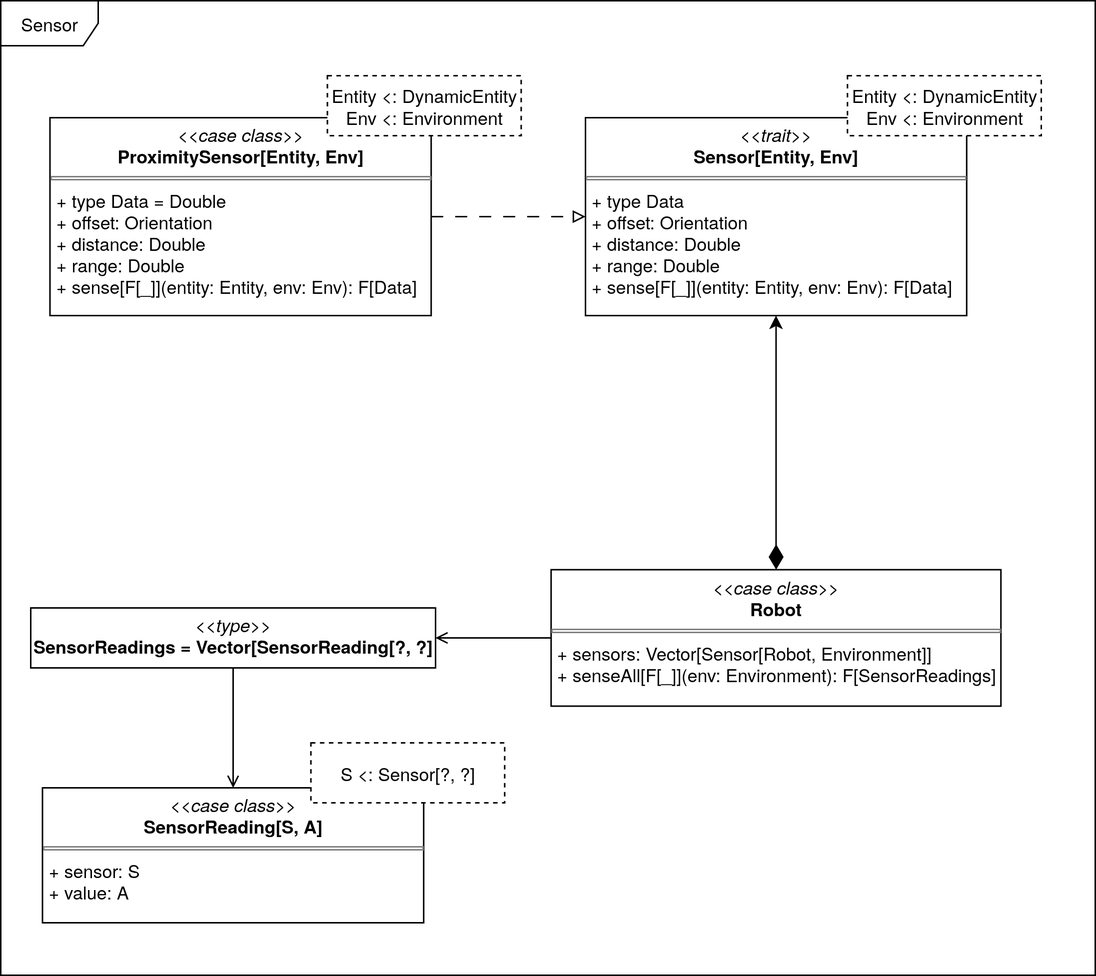
Scala-Robotics-Simulator/PPS-22-srs keeps this draw.io diagram as docs/static/img/04-detailed-design/sensor.png. Above is the earlier version. Source tidied: cells renumbered, new cells last; positions are measured from the earlier drawing's top-left corner, leaving out a move shared by most shapes.
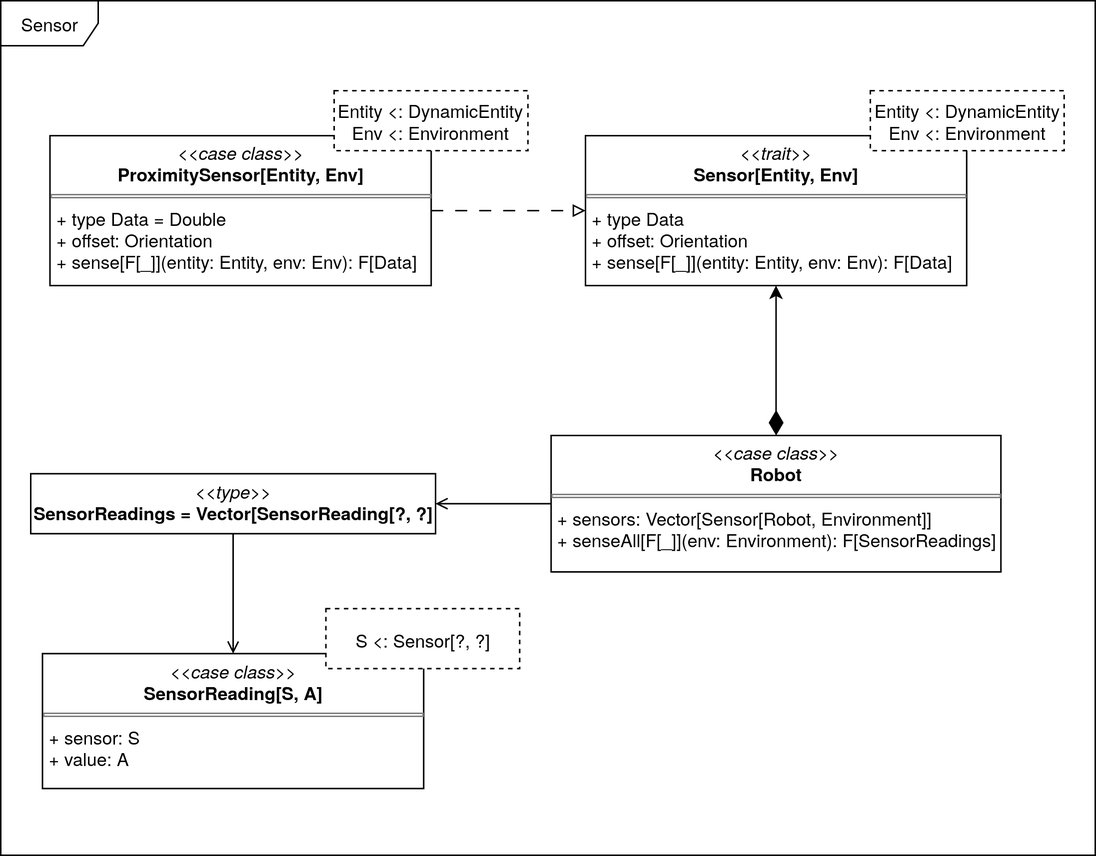
Later version of the same file.

Commit message:
docs: add light sensor doc

Diff of the diagram source:
```diff
@@ -3,40 +3,40 @@
     <mxCell id="0" />
     <mxCell id="1" parent="0" />
     <mxCell id="2" value="&lt;div&gt;Sensor&lt;/div&gt;" style="shape=umlFrame;whiteSpace=wrap;html=1;width=65;height=30;fillStyle=solid;shadow=0;fillColor=default;" parent="1" vertex="1">
-      <mxGeometry width="730" height="650" as="geometry" />
+      <mxGeometry width="730" height="570" as="geometry" />
     </mxCell>
-    <mxCell id="3" value="&lt;p style=&quot;margin:0px;margin-top:4px;text-align:center;&quot;&gt;&lt;i&gt;&amp;lt;&amp;lt;trait&amp;gt;&amp;gt;&lt;br&gt;&lt;/i&gt;&lt;b&gt;Sensor[Entity, Env]&lt;/b&gt;&lt;/p&gt;&lt;hr size=&quot;1&quot; style=&quot;border-style:solid;&quot;&gt;&lt;p style=&quot;margin:0px;margin-left:4px;&quot;&gt;&lt;/p&gt;&lt;p style=&quot;margin:0px;margin-left:4px;&quot;&gt;+ type Data&lt;/p&gt;&lt;p style=&quot;margin:0px;margin-left:4px;&quot;&gt;+ offset: Orientation&lt;/p&gt;&lt;p style=&quot;margin:0px;margin-left:4px;&quot;&gt;+ distance: Double&lt;/p&gt;&lt;p style=&quot;margin:0px;margin-left:4px;&quot;&gt;+ range: Double&lt;/p&gt;&lt;p style=&quot;margin:0px;margin-left:4px;&quot;&gt;+ sense[F[_]](entity: Entity, env: Env): F[Data]&lt;/p&gt;" style="verticalAlign=top;align=left;overflow=fill;html=1;whiteSpace=wrap;" parent="1" vertex="1">
-      <mxGeometry x="390" y="78" width="254.2" height="132" as="geometry" />
+    <mxCell id="3" value="&lt;p style=&quot;margin:0px;margin-top:4px;text-align:center;&quot;&gt;&lt;i&gt;&amp;lt;&amp;lt;trait&amp;gt;&amp;gt;&lt;br&gt;&lt;/i&gt;&lt;b&gt;Sensor[Entity, Env]&lt;/b&gt;&lt;/p&gt;&lt;hr size=&quot;1&quot; style=&quot;border-style:solid;&quot;&gt;&lt;p style=&quot;margin:0px;margin-left:4px;&quot;&gt;&lt;/p&gt;&lt;p style=&quot;margin:0px;margin-left:4px;&quot;&gt;+ type Data&lt;/p&gt;&lt;p style=&quot;margin:0px;margin-left:4px;&quot;&gt;+ offset: Orientation&lt;/p&gt;&lt;p style=&quot;margin:0px;margin-left:4px;&quot;&gt;+ sense[F[_]](entity: Entity, env: Env): F[Data]&lt;/p&gt;" style="verticalAlign=top;align=left;overflow=fill;html=1;whiteSpace=wrap;" parent="1" vertex="1">
+      <mxGeometry x="390" y="90" width="254.2" height="100" as="geometry" />
     </mxCell>
     <mxCell id="4" value="&lt;div&gt;Entity &amp;lt;: DynamicEntity&lt;/div&gt;Env &amp;lt;: Environment" style="rounded=0;whiteSpace=wrap;html=1;dashed=1;" parent="1" vertex="1">
-      <mxGeometry x="564.8" y="50" width="129.2" height="40" as="geometry" />
+      <mxGeometry x="580" y="60" width="129.2" height="40" as="geometry" />
     </mxCell>
     <mxCell id="5" value="&lt;p style=&quot;margin:0px;margin-top:4px;text-align:center;&quot;&gt;&lt;i&gt;&amp;lt;&amp;lt;case class&amp;gt;&amp;gt;&lt;br&gt;&lt;/i&gt;&lt;b&gt;SensorReading[S, A]&lt;/b&gt;&lt;/p&gt;&lt;hr size=&quot;1&quot; style=&quot;border-style:solid;&quot;&gt;&lt;p style=&quot;margin:0px;margin-left:4px;&quot;&gt;&lt;/p&gt;&lt;p style=&quot;margin:0px;margin-left:4px;&quot;&gt;+ sensor: S&lt;/p&gt;&lt;p style=&quot;margin:0px;margin-left:4px;&quot;&gt;+ value: A&lt;/p&gt;" style="verticalAlign=top;align=left;overflow=fill;html=1;whiteSpace=wrap;" parent="1" vertex="1">
-      <mxGeometry x="27.9" y="525" width="254.2" height="90" as="geometry" />
+      <mxGeometry x="27.9" y="435.5" width="254.2" height="90" as="geometry" />
     </mxCell>
     <mxCell id="6" value="S &amp;lt;: Sensor[?, ?]" style="rounded=0;whiteSpace=wrap;html=1;dashed=1;" parent="1" vertex="1">
-      <mxGeometry x="206.9" y="495" width="129.2" height="40" as="geometry" />
+      <mxGeometry x="216.9" y="405.5" width="129.2" height="40" as="geometry" />
     </mxCell>
     <mxCell id="7" style="edgeStyle=orthogonalEdgeStyle;rounded=0;jettySize=auto;html=1;entryX=0.5;entryY=0;entryDx=0;entryDy=0;endArrow=open;endFill=0;" parent="1" edge="1" source="8" target="5">
       <mxGeometry relative="1" as="geometry" />
     </mxCell>
     <mxCell id="8" value="&lt;p style=&quot;margin:0px;margin-top:4px;text-align:center;&quot;&gt;&lt;i&gt;&amp;lt;&amp;lt;type&amp;gt;&amp;gt;&lt;br&gt;&lt;/i&gt;&lt;b&gt;SensorReadings = Vector[SensorReading[?, ?]&lt;/b&gt;&lt;/p&gt;" style="verticalAlign=top;align=left;overflow=fill;html=1;whiteSpace=wrap;" parent="1" vertex="1">
-      <mxGeometry x="20" y="405" width="270" height="40" as="geometry" />
+      <mxGeometry x="20" y="315.5" width="270" height="40" as="geometry" />
     </mxCell>
     <mxCell id="9" style="edgeStyle=orthogonalEdgeStyle;rounded=0;jettySize=auto;html=1;entryX=0;entryY=0.5;entryDx=0;entryDy=0;endArrow=block;endFill=0;dashed=1;dashPattern=8 8;" parent="1" edge="1" source="10" target="3">
       <mxGeometry relative="1" as="geometry" />
     </mxCell>
-    <mxCell id="10" value="&lt;p style=&quot;margin:0px;margin-top:4px;text-align:center;&quot;&gt;&lt;i&gt;&amp;lt;&amp;lt;case class&amp;gt;&amp;gt;&lt;br&gt;&lt;/i&gt;&lt;b&gt;ProximitySensor[Entity, Env]&lt;/b&gt;&lt;/p&gt;&lt;hr size=&quot;1&quot; style=&quot;border-style:solid;&quot;&gt;&lt;p style=&quot;margin:0px;margin-left:4px;&quot;&gt;&lt;/p&gt;&lt;p style=&quot;margin:0px;margin-left:4px;&quot;&gt;+ type Data = Double&lt;/p&gt;&lt;p style=&quot;margin:0px;margin-left:4px;&quot;&gt;+ offset: Orientation&lt;/p&gt;&lt;p style=&quot;margin:0px;margin-left:4px;&quot;&gt;+ distance: Double&lt;/p&gt;&lt;p style=&quot;margin:0px;margin-left:4px;&quot;&gt;+ range: Double&lt;/p&gt;&lt;p style=&quot;margin:0px;margin-left:4px;&quot;&gt;+ sense[F[_]](entity: Entity, env: Env): F[Data]&lt;/p&gt;" style="verticalAlign=top;align=left;overflow=fill;html=1;whiteSpace=wrap;" parent="1" vertex="1">
-      <mxGeometry x="32.9" y="78" width="254.2" height="132" as="geometry" />
+    <mxCell id="10" value="&lt;p style=&quot;margin:0px;margin-top:4px;text-align:center;&quot;&gt;&lt;i&gt;&amp;lt;&amp;lt;case class&amp;gt;&amp;gt;&lt;br&gt;&lt;/i&gt;&lt;b&gt;ProximitySensor[Entity, Env]&lt;/b&gt;&lt;/p&gt;&lt;hr size=&quot;1&quot; style=&quot;border-style:solid;&quot;&gt;&lt;p style=&quot;margin:0px;margin-left:4px;&quot;&gt;&lt;/p&gt;&lt;p style=&quot;margin:0px;margin-left:4px;&quot;&gt;+ type Data = Double&lt;/p&gt;&lt;p style=&quot;margin:0px;margin-left:4px;&quot;&gt;+ offset: Orientation&lt;/p&gt;&lt;p style=&quot;margin:0px;margin-left:4px;&quot;&gt;+ sense[F[_]](entity: Entity, env: Env): F[Data]&lt;/p&gt;" style="verticalAlign=top;align=left;overflow=fill;html=1;whiteSpace=wrap;" parent="1" vertex="1">
+      <mxGeometry x="32.9" y="90" width="254.2" height="100" as="geometry" />
     </mxCell>
     <mxCell id="11" value="&lt;div&gt;Entity &amp;lt;: DynamicEntity&lt;/div&gt;Env &amp;lt;: Environment" style="rounded=0;whiteSpace=wrap;html=1;dashed=1;" parent="1" vertex="1">
-      <mxGeometry x="217.9" y="50" width="129.2" height="40" as="geometry" />
+      <mxGeometry x="222.4" y="60" width="129.2" height="40" as="geometry" />
     </mxCell>
     <mxCell id="12" style="edgeStyle=orthogonalEdgeStyle;rounded=0;jettySize=auto;html=1;entryX=1;entryY=0.5;entryDx=0;entryDy=0;endArrow=open;endFill=0;" parent="1" edge="1" source="13" target="8">
       <mxGeometry relative="1" as="geometry" />
     </mxCell>
     <mxCell id="13" value="&lt;p style=&quot;margin:0px;margin-top:4px;text-align:center;&quot;&gt;&lt;i&gt;&amp;lt;&amp;lt;case class&amp;gt;&amp;gt;&lt;br&gt;&lt;/i&gt;&lt;b&gt;Robot&lt;/b&gt;&lt;/p&gt;&lt;hr size=&quot;1&quot; style=&quot;border-style:solid;&quot;&gt;&lt;p style=&quot;margin:0px;margin-left:4px;&quot;&gt;&lt;/p&gt;&lt;p style=&quot;margin:0px;margin-left:4px;&quot;&gt;+ sensors: Vector[Sensor[Robot, Environment]]&lt;/p&gt;&lt;p style=&quot;margin:0px;margin-left:4px;&quot;&gt;+ senseAll[F[_]](env: Environment): F[SensorReadings]&lt;/p&gt;" style="verticalAlign=top;align=left;overflow=fill;html=1;whiteSpace=wrap;" parent="1" vertex="1">
-      <mxGeometry x="367.1" y="379.5" width="300" height="91" as="geometry" />
+      <mxGeometry x="367.1" y="290" width="300" height="91" as="geometry" />
     </mxCell>
     <mxCell id="14" style="endArrow=classic;html=1;endSize=6;startArrow=diamondThin;startSize=14;startFill=1;align=left;verticalAlign=bottom;rounded=0;exitX=0.5;exitY=0;exitDx=0;exitDy=0;entryX=0.5;entryY=1;entryDx=0;entryDy=0;endFill=1;" parent="1" edge="1" source="13" target="3">
       <mxGeometry relative="1" as="geometry" />
```
